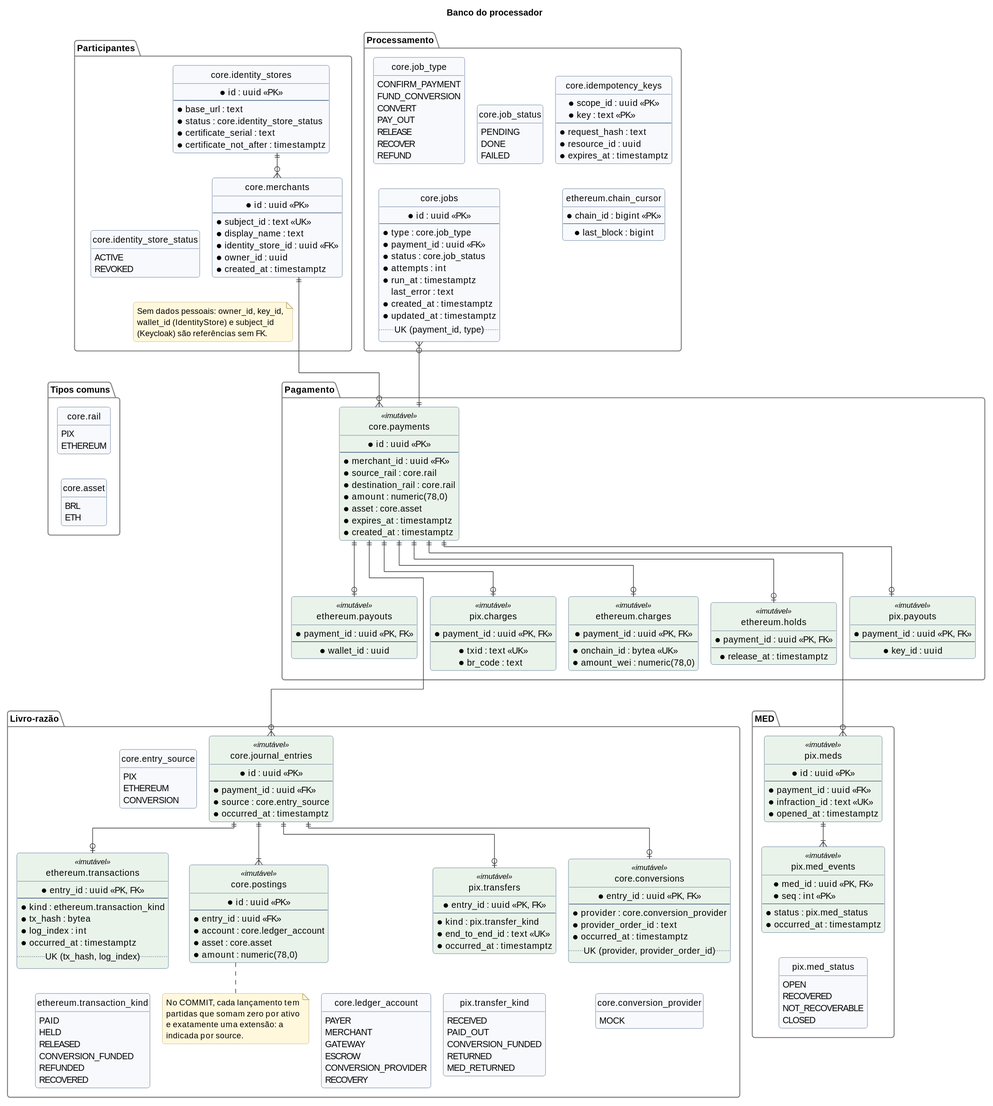
Before: docs/diagrams/svg/banco-de-dados/er-processador.svg, a diagram exported from PlantUML (BrunoViotto18/Pixeth). Source of this version:
```plantuml
@startuml
!pragma layout elk
!include ../_estilo.iuml

title Banco do processador

hide circle
hide empty members
skinparam linetype ortho
skinparam nodesep 50
skinparam ranksep 70
skinparam noteTextAlignment left

package "Participantes" as g_part {
  entity "core.identity_stores" as identity_stores {
    * id : uuid <<PK>>
    --
    * base_url : text
    * status : core.identity_store_status
    * certificate_serial : text
    * certificate_not_after : timestamptz
  }

  entity "core.merchants" as merchants {
    * id : uuid <<PK>>
    --
    * subject_id : text <<UK>>
    * display_name : text
    * identity_store_id : uuid <<FK>>
    * owner_id : uuid
    * created_at : timestamptz
  }

  enum "core.identity_store_status" as e_isstatus {
    ACTIVE
    REVOKED
  }

  note as n_part
    Sem dados pessoais: owner_id, key_id,
    wallet_id (IdentityStore) e subject_id
    (Keycloak) são referências sem FK.
  end note
}

package "Processamento" as g_proc {
  entity "core.jobs" as jobs {
    * id : uuid <<PK>>
    --
    * type : core.job_type
    * payment_id : uuid <<FK>>
    * status : core.job_status
    * attempts : int
    * run_at : timestamptz
    last_error : text
    * created_at : timestamptz
    * updated_at : timestamptz
    .. UK (payment_id, type) ..
  }

  entity "core.idempotency_keys" as idem {
    * scope_id : uuid <<PK>>
    * key : text <<PK>>
    --
    * request_hash : text
    * resource_id : uuid
    * expires_at : timestamptz
  }

  entity "ethereum.chain_cursor" as chain_cursor {
    * chain_id : bigint <<PK>>
    --
    * last_block : bigint
  }

  enum "core.job_type" as e_jtype {
    CONFIRM_PAYMENT
    FUND_CONVERSION
    CONVERT
    PAY_OUT
    RELEASE
    RECOVER
    REFUND
  }

  enum "core.job_status" as e_jstatus {
    PENDING
    DONE
    FAILED
  }
}

package "MED" as g_med {
  entity "pix.meds" as pix_meds <<imutável>> #EAF3EA {
    * id : uuid <<PK>>
    --
    * payment_id : uuid <<FK>>
    * infraction_id : text <<UK>>
    * opened_at : timestamptz
  }

  entity "pix.med_events" as pix_med_events <<imutável>> #EAF3EA {
    * med_id : uuid <<PK, FK>>
    * seq : int <<PK>>
    --
    * status : pix.med_status
    * occurred_at : timestamptz
  }

  enum "pix.med_status" as e_med {
    OPEN
    RECOVERED
    NOT_RECOVERABLE
    CLOSED
  }
}

package "Pagamento" as g_pay {
  entity "core.payments" as payments <<imutável>> #EAF3EA {
    * id : uuid <<PK>>
    --
    * merchant_id : uuid <<FK>>
    * source_rail : core.rail
    * destination_rail : core.rail
    * amount : numeric(78,0)
    * asset : core.asset
    * expires_at : timestamptz
    * created_at : timestamptz
  }

  entity "pix.payouts" as pix_payouts <<imutável>> #EAF3EA {
    * payment_id : uuid <<PK, FK>>
    --
    * key_id : uuid
  }

  entity "ethereum.charges" as eth_charges <<imutável>> #EAF3EA {
    * payment_id : uuid <<PK, FK>>
    --
    * onchain_id : bytea <<UK>>
    * amount_wei : numeric(78,0)
  }

  entity "pix.charges" as pix_charges <<imutável>> #EAF3EA {
    * payment_id : uuid <<PK, FK>>
    --
    * txid : text <<UK>>
    * br_code : text
  }

  entity "ethereum.payouts" as eth_payouts <<imutável>> #EAF3EA {
    * payment_id : uuid <<PK, FK>>
    --
    * wallet_id : uuid
  }

  entity "ethereum.holds" as eth_holds <<imutável>> #EAF3EA {
    * payment_id : uuid <<PK, FK>>
    --
    * release_at : timestamptz
  }
}

package "Livro-razão" as g_ledger {
  entity "core.journal_entries" as entries <<imutável>> #EAF3EA {
    * id : uuid <<PK>>
    --
    * payment_id : uuid <<FK>>
    * source : core.entry_source
    * occurred_at : timestamptz
  }

  entity "core.postings" as postings <<imutável>> #EAF3EA {
    * id : uuid <<PK>>
    --
    * entry_id : uuid <<FK>>
    * account : core.ledger_account
    * asset : core.asset
    * amount : numeric(78,0)
  }

  enum "core.entry_source" as e_source {
    PIX
    ETHEREUM
    CONVERSION
  }

  enum "core.ledger_account" as e_account {
    PAYER
    MERCHANT
    GATEWAY
    ESCROW
    CONVERSION_PROVIDER
    RECOVERY
  }

  note bottom of postings
    No COMMIT, cada lançamento tem
    partidas que somam zero por ativo
    e exatamente uma extensão: a
    indicada por source.
  end note

  entity "ethereum.transactions" as eth_transactions <<imutável>> #EAF3EA {
    * entry_id : uuid <<PK, FK>>
    --
    * kind : ethereum.transaction_kind
    * tx_hash : bytea
    * log_index : int
    * occurred_at : timestamptz
    .. UK (tx_hash, log_index) ..
  }

  entity "pix.transfers" as pix_transfers <<imutável>> #EAF3EA {
    * entry_id : uuid <<PK, FK>>
    --
    * kind : pix.transfer_kind
    * end_to_end_id : text <<UK>>
    * occurred_at : timestamptz
  }

  enum "pix.transfer_kind" as e_pix_transfer {
    RECEIVED
    PAID_OUT
    CONVERSION_FUNDED
    RETURNED
    MED_RETURNED
  }

  entity "core.conversions" as conversions <<imutável>> #EAF3EA {
    * entry_id : uuid <<PK, FK>>
    --
    * provider : core.conversion_provider
    * provider_order_id : text
    * occurred_at : timestamptz
    .. UK (provider, provider_order_id) ..
  }

  enum "core.conversion_provider" as e_cprov {
    MOCK
  }

  enum "ethereum.transaction_kind" as e_eth_tx {
    PAID
    HELD
    RELEASED
    CONVERSION_FUNDED
    REFUNDED
    RECOVERED
  }
}

package "Tipos comuns" as g_types {
  enum "core.rail" as e_rail {
    PIX
    ETHEREUM
  }

  enum "core.asset" as e_asset {
    BRL
    ETH
  }
}

identity_stores ||-down-o{ merchants
merchants ||-down-o{ payments
payments ||-left-o{ jobs
payments ||-right-o{ pix_meds
payments ||-down-o| eth_holds
payments ||-down-o| eth_payouts
payments ||-down-o| eth_charges
payments ||-down-o| pix_payouts
payments ||-down-o| pix_charges
payments ||-down-o{ entries
entries ||-down-|{ postings
entries ||-down-o| eth_transactions
entries ||-down-o| pix_transfers
entries ||-down-o| conversions
pix_meds ||-down-|{ pix_med_events

merchants -[hidden]down- n_part
e_isstatus -[hidden]down- n_part
e_jtype -[hidden]down- jobs
e_jstatus -[hidden]down- jobs
postings -[hidden]down- e_account
conversions -[hidden]down- e_cprov
pix_transfers -[hidden]down- e_pix_transfer
eth_transactions -[hidden]down- e_eth_tx
pix_med_events -[hidden]down- e_med
e_rail -[hidden]right- e_asset
idem -[hidden]down- chain_cursor
identity_stores -[hidden]down- e_rail
eth_holds -[hidden]down- pix_meds
jobs -[hidden]down- pix_payouts
@enduml
```
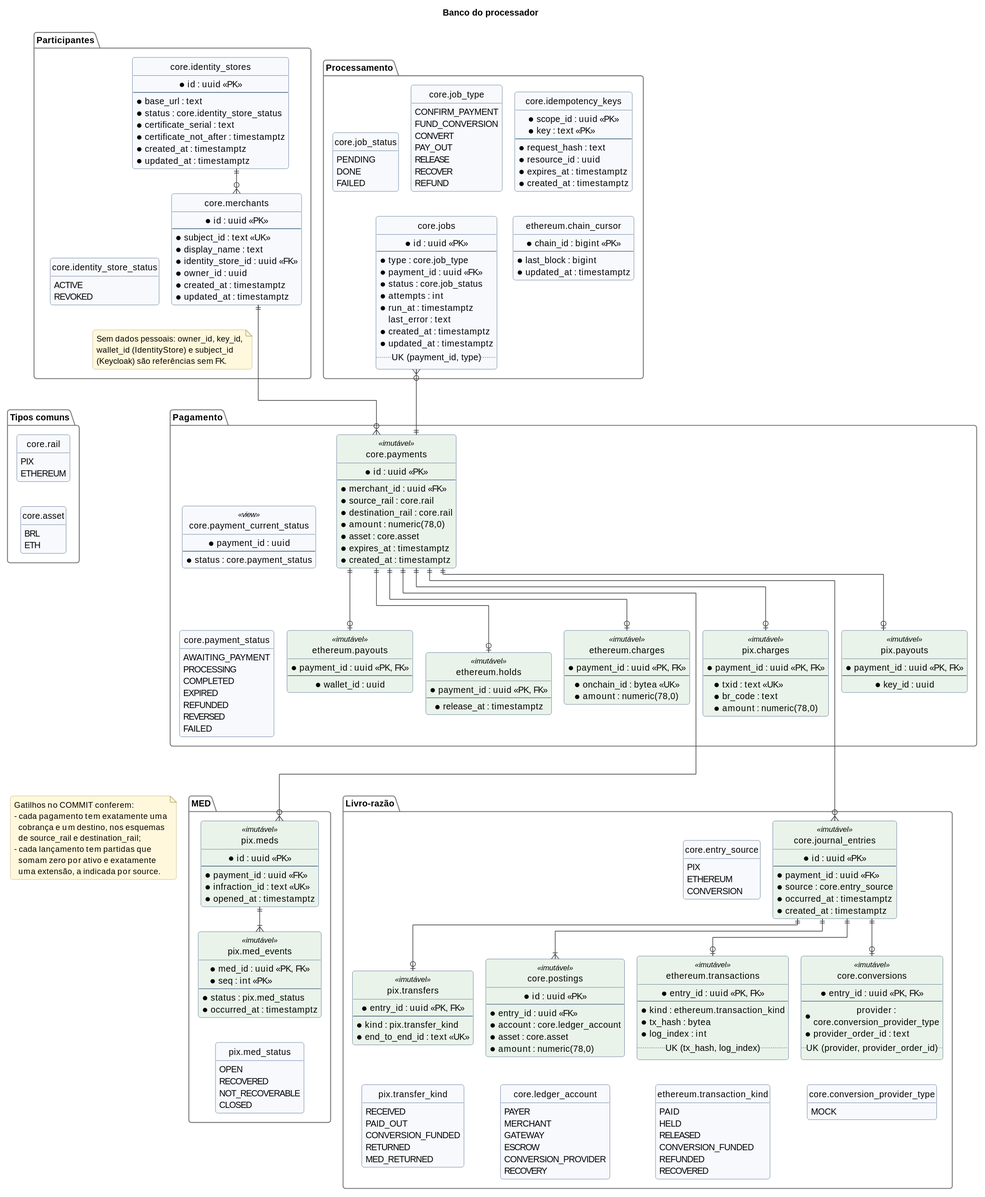
The same file after the commit.

Commit message:
feat: Add audit columns and payment status view

The edit, as a diff of the source:
```diff
@@ -19,6 +19,8 @@
     * status : core.identity_store_status
     * certificate_serial : text
     * certificate_not_after : timestamptz
+    * created_at : timestamptz
+    * updated_at : timestamptz
   }
 
   entity "core.merchants" as merchants {
@@ -29,6 +31,7 @@
     * identity_store_id : uuid <<FK>>
     * owner_id : uuid
     * created_at : timestamptz
+    * updated_at : timestamptz
   }
 
   enum "core.identity_store_status" as e_isstatus {
@@ -65,12 +68,14 @@
     * request_hash : text
     * resource_id : uuid
     * expires_at : timestamptz
+    * created_at : timestamptz
   }
 
   entity "ethereum.chain_cursor" as chain_cursor {
     * chain_id : bigint <<PK>>
     --
     * last_block : bigint
+    * updated_at : timestamptz
   }
 
   enum "core.job_type" as e_jtype {
@@ -138,7 +143,7 @@
     * payment_id : uuid <<PK, FK>>
     --
     * onchain_id : bytea <<UK>>
-    * amount_wei : numeric(78,0)
+    * amount : numeric(78,0)
   }
 
   entity "pix.charges" as pix_charges <<imutável>> #EAF3EA {
@@ -146,6 +151,7 @@
     --
     * txid : text <<UK>>
     * br_code : text
+    * amount : numeric(78,0)
   }
 
   entity "ethereum.payouts" as eth_payouts <<imutável>> #EAF3EA {
@@ -159,7 +165,33 @@
     --
     * release_at : timestamptz
   }
+
+  entity "core.payment_current_status" as v_status <<view>> {
+    * payment_id : uuid
+    --
+    * status : core.payment_status
+  }
+
+  enum "core.payment_status" as e_pstatus {
+    AWAITING_PAYMENT
+    PROCESSING
+    COMPLETED
+    EXPIRED
+    REFUNDED
+    REVERSED
+    FAILED
+  }
 }
+
+note as n_commit
+  Gatilhos no COMMIT conferem:
+  - cada pagamento tem exatamente uma
+    cobrança e um destino, nos esquemas
+    de source_rail e destination_rail;
+  - cada lançamento tem partidas que
+    somam zero por ativo e exatamente
+    uma extensão, a indicada por source.
+end note
 
 package "Livro-razão" as g_ledger {
   entity "core.journal_entries" as entries <<imutável>> #EAF3EA {
@@ -168,6 +200,7 @@
     * payment_id : uuid <<FK>>
     * source : core.entry_source
     * occurred_at : timestamptz
+    * created_at : timestamptz
   }
 
   entity "core.postings" as postings <<imutável>> #EAF3EA {
@@ -194,12 +227,6 @@
     RECOVERY
   }
 
-  note bottom of postings
-    No COMMIT, cada lançamento tem
-    partidas que somam zero por ativo
-    e exatamente uma extensão: a
-    indicada por source.
-  end note
 
   entity "ethereum.transactions" as eth_transactions <<imutável>> #EAF3EA {
     * entry_id : uuid <<PK, FK>>
@@ -207,7 +234,6 @@
     * kind : ethereum.transaction_kind
     * tx_hash : bytea
     * log_index : int
-    * occurred_at : timestamptz
     .. UK (tx_hash, log_index) ..
   }
 
@@ -216,7 +242,6 @@
     --
     * kind : pix.transfer_kind
     * end_to_end_id : text <<UK>>
-    * occurred_at : timestamptz
   }
 
   enum "pix.transfer_kind" as e_pix_transfer {
@@ -230,13 +255,12 @@
   entity "core.conversions" as conversions <<imutável>> #EAF3EA {
     * entry_id : uuid <<PK, FK>>
     --
-    * provider : core.conversion_provider
+    * provider : core.conversion_provider_type
     * provider_order_id : text
-    * occurred_at : timestamptz
     .. UK (provider, provider_order_id) ..
   }
 
-  enum "core.conversion_provider" as e_cprov {
+  enum "core.conversion_provider_type" as e_cprov {
     MOCK
   }
 
@@ -283,6 +307,7 @@
 e_jtype -[hidden]down- jobs
 e_jstatus -[hidden]down- jobs
 postings -[hidden]down- e_account
+v_status -[hidden]down- e_pstatus
 conversions -[hidden]down- e_cprov
 pix_transfers -[hidden]down- e_pix_transfer
 eth_transactions -[hidden]down- e_eth_tx
@@ -292,4 +317,7 @@
 identity_stores -[hidden]down- e_rail
 eth_holds -[hidden]down- pix_meds
 jobs -[hidden]down- pix_payouts
+
+payments -[hidden]down- n_commit
+v_status -[hidden]down- n_commit
 @enduml
```
